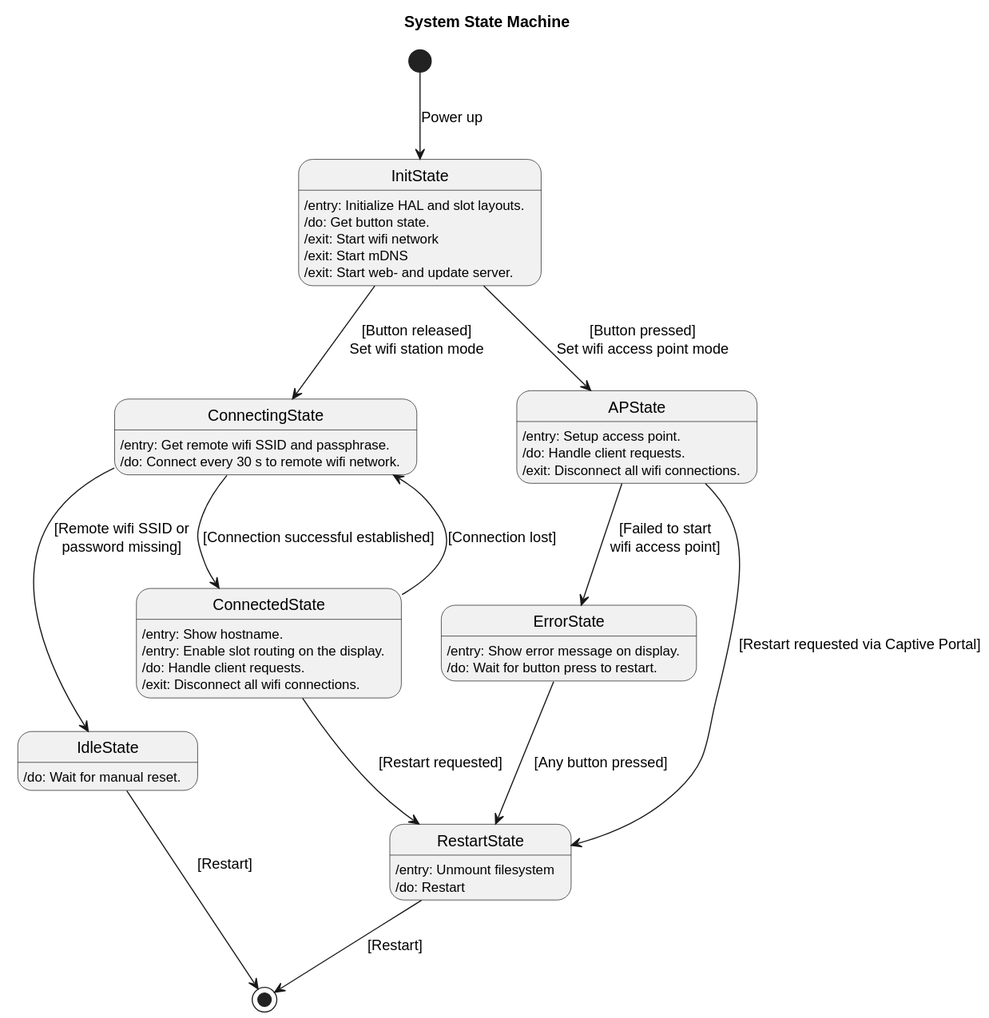
Above: doc/architecture/svg/system_state_machine.svg in BlueAndi/Pixelix (PlantUML), before the change. Its diagram source:
```plantuml
@startuml
title System State Machine

InitState: /entry: Initialize HAL and slot layouts.
InitState: /do: Get button state.
InitState: /exit: Start wifi network
InitState: /exit: Start mDNS
InitState: /exit: Start web- and update server.

APState: /entry: Setup access point.
APState: /do: Handle client requests.
APState: /exit: Disconnect all wifi connections.

IdleState: /do: Wait for manual reset.

ConnectingState: /entry: Get remote wifi SSID and passphrase.
ConnectingState: /do: Connect every 30 s to remote wifi network.

ConnectedState: /entry: Show hostname.
ConnectedState: /entry: Enable slot routing on the display.
ConnectedState: /do: Handle client requests.
ConnectedState: /exit: Disconnect all wifi connections.

ErrorState: /entry: Show error message on display.
ErrorState: /do: Wait for button press to restart.

RestartState: /entry: Unmount filesystem
RestartState: /do: Restart

[*] --> InitState: Power up
InitState --> APState: [Button pressed]\nSet wifi access point mode
InitState -> ConnectingState: [Button released]\nSet wifi station mode

APState --> ErrorState: [Failed to start\nwifi access point]
APState --> RestartState: [Restart requested via Captive Portal]

ConnectingState --> IdleState: [Remote wifi SSID or\npassword missing]
ConnectingState --> ConnectedState: [Connection successful established]

ConnectedState --> ConnectingState: [Connection lost]
ConnectedState --> RestartState: [Restart requested]

ErrorState --> RestartState: [Any button pressed]

IdleState --> [*]: [Restart]

RestartState --> [*]: [Restart]
@enduml
```
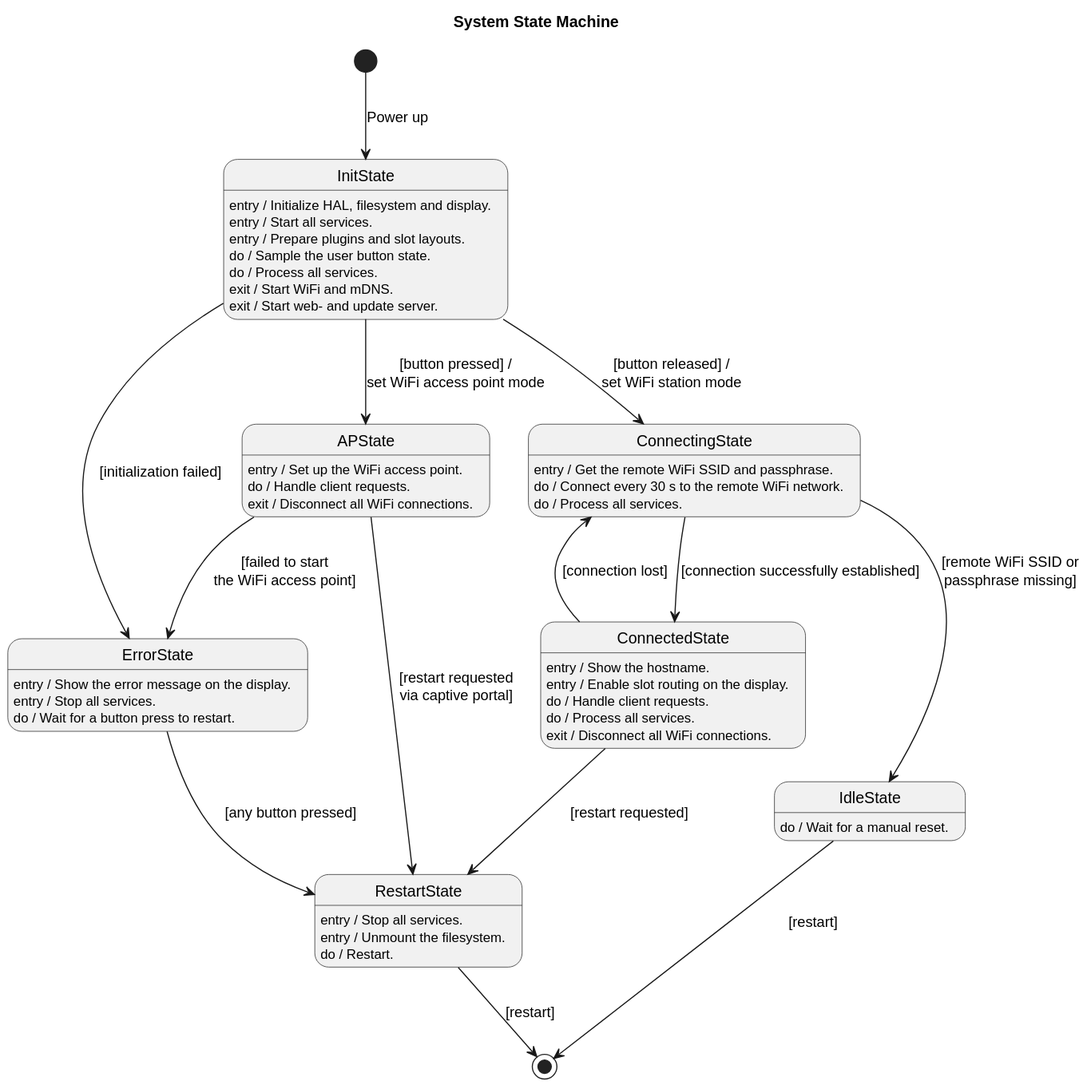
Above is the later version.

The edit, as a diff of the source:
```diff
@@ -1,48 +1,63 @@
 @startuml
 title System State Machine
 
-InitState: /entry: Initialize HAL and slot layouts.
-InitState: /do: Get button state.
-InitState: /exit: Start wifi network
-InitState: /exit: Start mDNS
-InitState: /exit: Start web- and update server.
 
-APState: /entry: Setup access point.
-APState: /do: Handle client requests.
-APState: /exit: Disconnect all wifi connections.
+state InitState
+InitState: entry / Initialize HAL, filesystem and display.
+InitState: entry / Start all services.
+InitState: entry / Prepare plugins and slot layouts.
+InitState: do / Sample the user button state.
+InitState: do / Process all services.
+InitState: exit / Start WiFi and mDNS.
+InitState: exit / Start web- and update server.
 
-IdleState: /do: Wait for manual reset.
+state APState
+APState: entry / Set up the WiFi access point.
+APState: do / Handle client requests.
+APState: exit / Disconnect all WiFi connections.
 
-ConnectingState: /entry: Get remote wifi SSID and passphrase.
-ConnectingState: /do: Connect every 30 s to remote wifi network.
+state ConnectingState
+ConnectingState: entry / Get the remote WiFi SSID and passphrase.
+ConnectingState: do / Connect every 30 s to the remote WiFi network.
+ConnectingState: do / Process all services.
 
-ConnectedState: /entry: Show hostname.
-ConnectedState: /entry: Enable slot routing on the display.
-ConnectedState: /do: Handle client requests.
-ConnectedState: /exit: Disconnect all wifi connections.
+state ConnectedState
+ConnectedState: entry / Show the hostname.
+ConnectedState: entry / Enable slot routing on the display.
+ConnectedState: do / Handle client requests.
+ConnectedState: do / Process all services.
+ConnectedState: exit / Disconnect all WiFi connections.
 
-ErrorState: /entry: Show error message on display.
-ErrorState: /do: Wait for button press to restart.
+state IdleState
+IdleState: do / Wait for a manual reset.
 
-RestartState: /entry: Unmount filesystem
-RestartState: /do: Restart
+state ErrorState
+ErrorState: entry / Show the error message on the display.
+ErrorState: entry / Stop all services.
+ErrorState: do / Wait for a button press to restart.
+
+state RestartState
+RestartState: entry / Stop all services.
+RestartState: entry / Unmount the filesystem.
+RestartState: do / Restart.
 
 [*] --> InitState: Power up
-InitState --> APState: [Button pressed]\nSet wifi access point mode
-InitState -> ConnectingState: [Button released]\nSet wifi station mode
 
-APState --> ErrorState: [Failed to start\nwifi access point]
-APState --> RestartState: [Restart requested via Captive Portal]
+InitState --> APState: [button pressed] /\nset WiFi access point mode
+InitState --> ConnectingState: [button released] /\nset WiFi station mode
+InitState --> ErrorState: [initialization failed]
 
-ConnectingState --> IdleState: [Remote wifi SSID or\npassword missing]
-ConnectingState --> ConnectedState: [Connection successful established]
+APState --> ErrorState: [failed to start\nthe WiFi access point]
+APState --> RestartState: [restart requested\nvia captive portal]
 
-ConnectedState --> ConnectingState: [Connection lost]
-ConnectedState --> RestartState: [Restart requested]
+ConnectingState --> IdleState: [remote WiFi SSID or\npassphrase missing]
+ConnectingState --> ConnectedState: [connection successfully established]
 
-ErrorState --> RestartState: [Any button pressed]
+ConnectedState --> ConnectingState: [connection lost]
+ConnectedState --> RestartState: [restart requested]
 
-IdleState --> [*]: [Restart]
+ErrorState --> RestartState: [any button pressed]
 
-RestartState --> [*]: [Restart]
+IdleState --> [*]: [restart]
+RestartState --> [*]: [restart]
 @enduml
```
